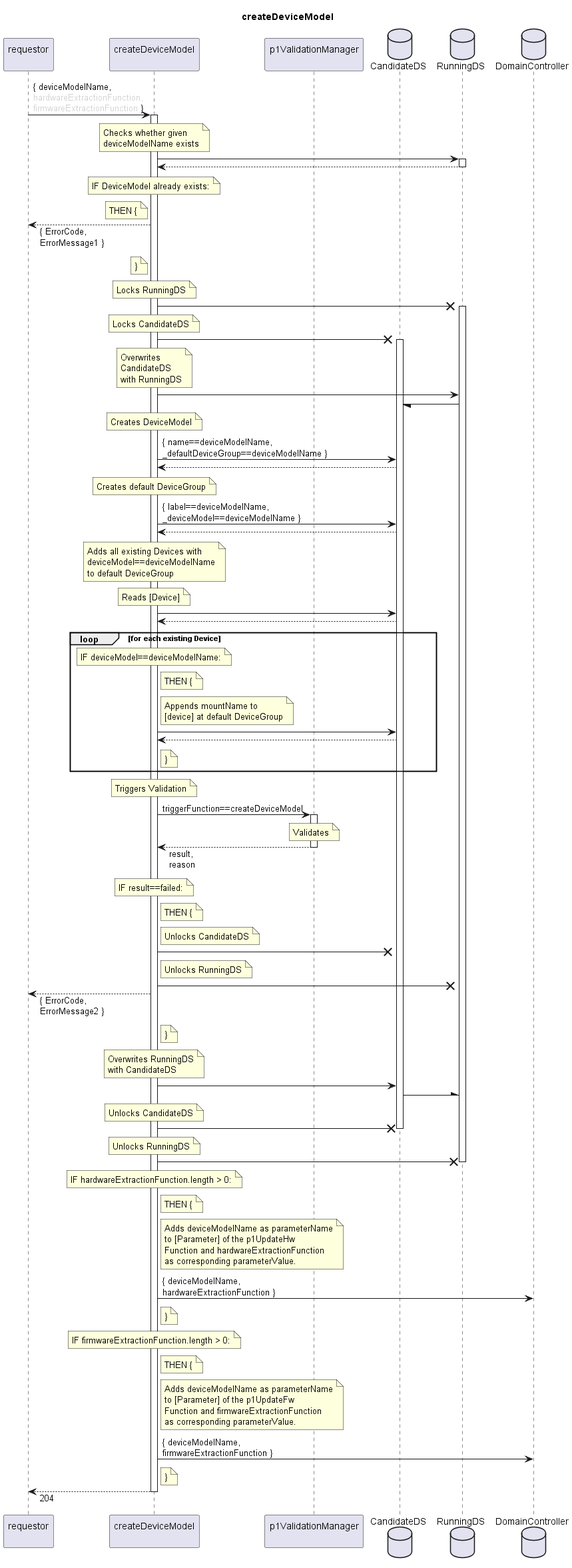
This is spec/Services/createDeviceModel/1.0.0/createDeviceModel.png from openBackhaul/FirmWareManager, a PlantUML export, as it was before one commit.
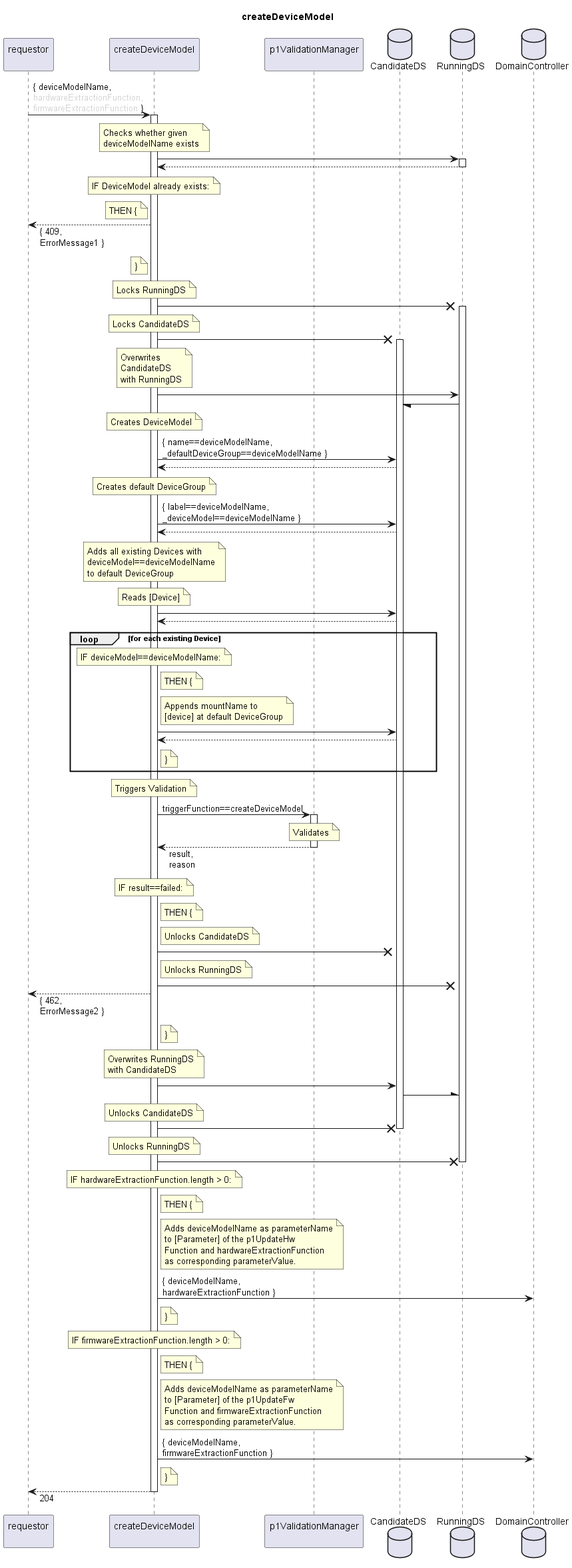
Above is the later version.

Change to the diagram source:
```diff
@@ -30,7 +30,7 @@
   note left indServ
     THEN {
   end note
-  requestor <-- indServ: { ErrorCode,\nErrorMessage1 }
+  requestor <-- indServ: { 409,\nErrorMessage1 }
   note left indServ
     }
   end note
@@ -117,7 +117,7 @@
     Unlocks RunningDS
   end note
   indServ -X RunDS
-  requestor <-- indServ: { ErrorCode,\nErrorMessage2 }
+  requestor <-- indServ: { 462,\nErrorMessage2 }
   note right indServ
     }
   end note
```
